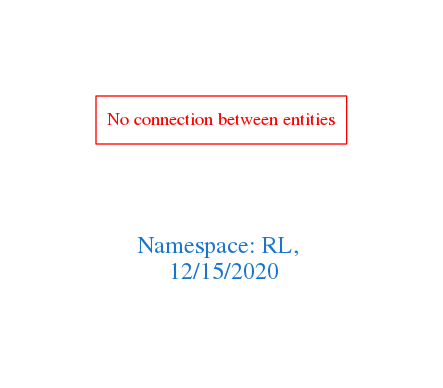
Earlier version of the Graphviz export downloads/RL.png (arago/OGIT). Its source is kept beside it as downloads/RL.dot.
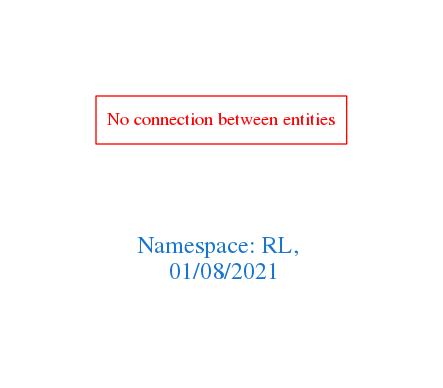
The same file after the commit.

The edit, as a diff of the source:
```diff
@@ -1,7 +1,7 @@
 digraph OGIT_ontology {
  graph [ rankdir= LR,pad=1
 fontsize = 18,
-fontcolor= dodgerblue3,label = "\n\n\nNamespace: RL, \n 12/15/2020"];
+fontcolor= dodgerblue3,label = "\n\n\nNamespace: RL, \n 01/08/2021"];
 node[shape=polygon];
 edge [  color="gray81"];
 
```
